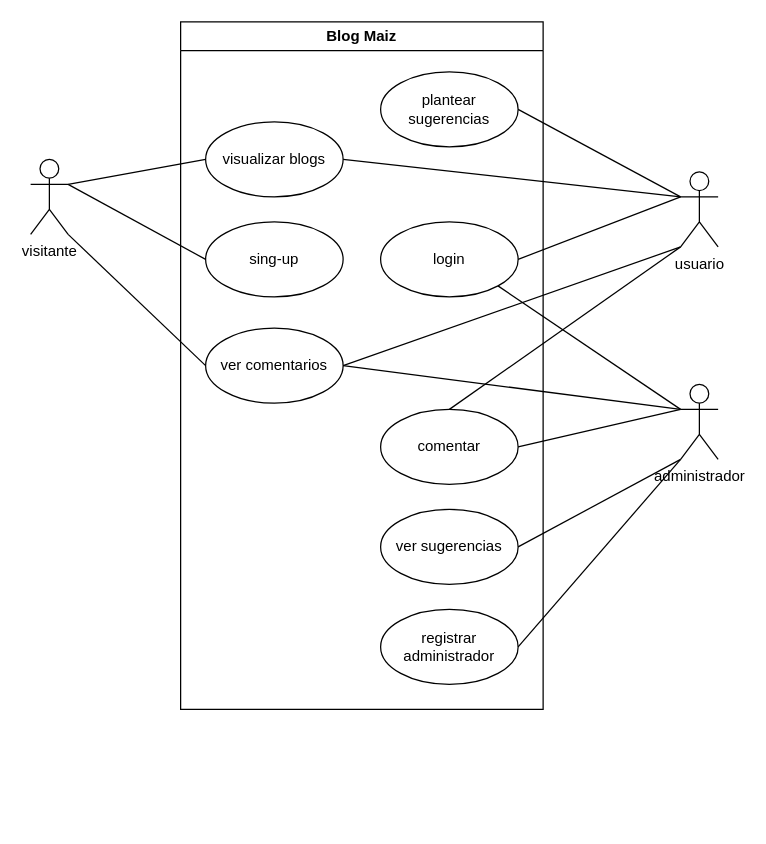
cresb-49/PRACTICA-1-TEO1 keeps this draw.io diagram as DOCUMENTACION/casosdeuso.drawio. Above is the earlier version. Source tidied: cells renumbered, new cells numbered last; positions are measured from the earlier drawing's top-left corner, leaving out a move shared by most shapes. Both pictures are drawn from the tidied source at 125%, with x=0, y=0 at pixel (30, 21).
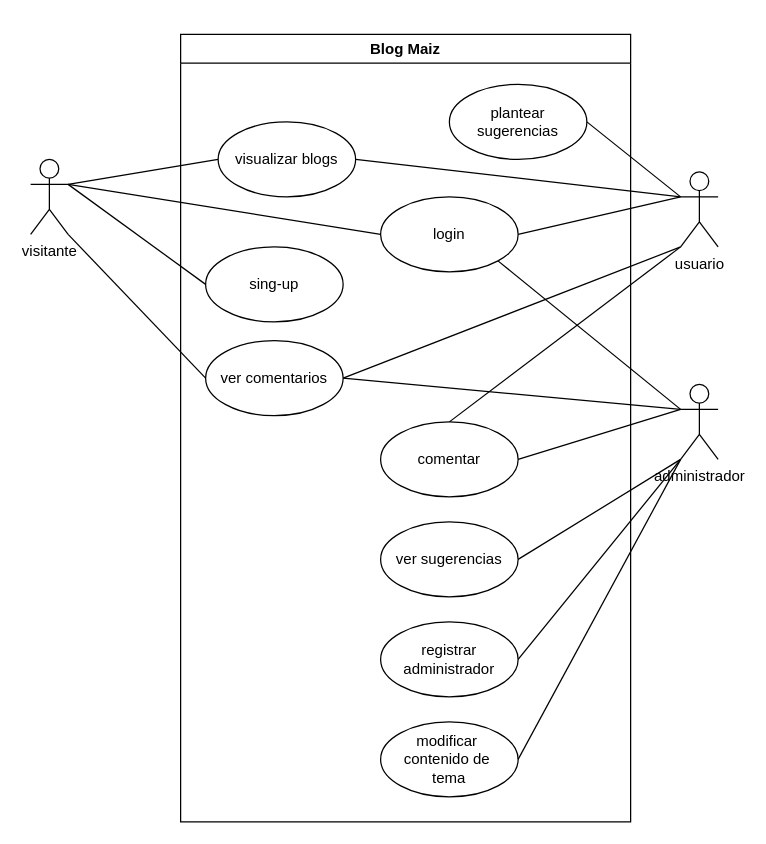
The same diagram, later.

The change refers to these unchanged cells:
```xml
<mxCell id="2" value="visitante" style="shape=umlActor;verticalLabelPosition=bottom;verticalAlign=top;html=1;outlineConnect=0;" parent="1" vertex="1">
  <mxGeometry y="110" width="30" height="60" as="geometry" />
</mxCell>
<mxCell id="4" value="administrador" style="shape=umlActor;verticalLabelPosition=bottom;verticalAlign=top;html=1;outlineConnect=0;" parent="1" vertex="1">
  <mxGeometry x="520" y="290" width="30" height="60" as="geometry" />
</mxCell>
```

The edit, as a diff of the source:
```diff
@@
     <mxCell id="5" value="Blog Maiz" style="swimlane;whiteSpace=wrap;html=1;" parent="1" vertex="1">
-      <mxGeometry x="120" width="290" height="550" as="geometry" />
+      <mxGeometry x="120" y="10" width="360" height="630" as="geometry" />
     </mxCell>
     <mxCell id="6" value="visualizar blogs" style="ellipse;whiteSpace=wrap;html=1;" parent="5" vertex="1">
-      <mxGeometry x="20" y="80" width="110" height="60" as="geometry" />
+      <mxGeometry x="30" y="70" width="110" height="60" as="geometry" />
     </mxCell>
@@
     <mxCell id="9" value="sing-up" style="ellipse;whiteSpace=wrap;html=1;" parent="5" vertex="1">
-      <mxGeometry x="20" y="160" width="110" height="60" as="geometry" />
+      <mxGeometry x="20" y="170" width="110" height="60" as="geometry" />
     </mxCell>
     <mxCell id="10" value="login" style="ellipse;whiteSpace=wrap;html=1;" parent="5" vertex="1">
-      <mxGeometry x="160" y="160" width="110" height="60" as="geometry" />
+      <mxGeometry x="160" y="130" width="110" height="60" as="geometry" />
     </mxCell>
@@
     <mxCell id="12" value="plantear sugerencias" style="ellipse;whiteSpace=wrap;html=1;" parent="5" vertex="1">
-      <mxGeometry x="160" y="40" width="110" height="60" as="geometry" />
+      <mxGeometry x="215" y="40" width="110" height="60" as="geometry" />
     </mxCell>
@@
+    <mxCell id="27" value="modificar&amp;nbsp;&lt;br&gt;contenido de&amp;nbsp;&lt;br&gt;tema" style="ellipse;whiteSpace=wrap;html=1;" parent="5" vertex="1">
+      <mxGeometry x="160" y="550" width="110" height="60" as="geometry" />
+    </mxCell>
@@
+    <mxCell id="28" style="endArrow=none;html=1;entryX=0;entryY=1;entryDx=0;entryDy=0;entryPerimeter=0;exitX=1;exitY=0.5;exitDx=0;exitDy=0;" parent="1" edge="1" source="27" target="4">
+      <mxGeometry relative="1" as="geometry" />
+    </mxCell>
+    <mxCell id="29" style="endArrow=none;html=1;exitX=1;exitY=0.3333333333333333;exitDx=0;exitDy=0;exitPerimeter=0;entryX=0;entryY=0.5;entryDx=0;entryDy=0;" parent="1" edge="1" source="2" target="10">
+      <mxGeometry relative="1" as="geometry" />
+    </mxCell>
```
